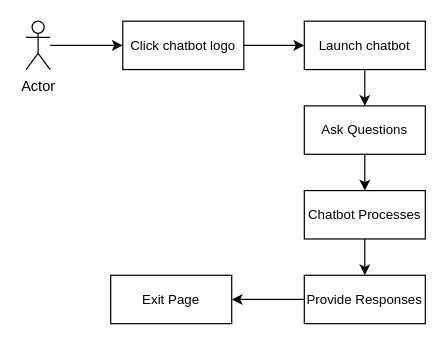
This is mainflow.drawio from Thukten-Dema/Taxi-Booking-System, a draw.io file, before an edit. Source tidied: cells renumbered, new cells numbered last; positions are measured from the earlier drawing's top-left corner, leaving out a move shared by most shapes. Both pictures are drawn from the tidied source at 121%, with x=0, y=0 at pixel (25, 21).
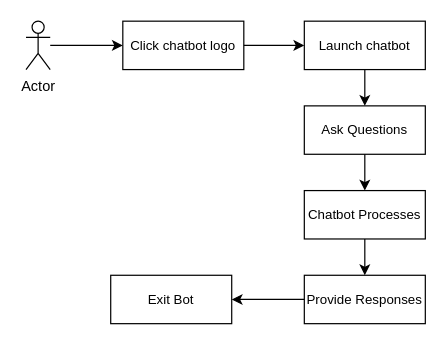
The same diagram, later.

Diff of the diagram source:
```diff
@@
 <mxGraphModel>
   <root>
     <mxCell id="0" />
     <mxCell id="1" parent="0" />
     <mxCell id="2" value="Actor" style="shape=umlActor;verticalLabelPosition=bottom;verticalAlign=top;html=1;outlineConnect=0;" parent="1" vertex="1">
       <mxGeometry width="20" height="40" as="geometry" />
     </mxCell>
     <mxCell id="3" value="&lt;font style=&quot;font-size: 11px;&quot;&gt;Click chatbot logo&lt;/font&gt;" style="rounded=0;whiteSpace=wrap;html=1;" parent="1" vertex="1">
       <mxGeometry x="80" width="100" height="40" as="geometry" />
     </mxCell>
     <mxCell id="4" value="&lt;font style=&quot;font-size: 11px;&quot;&gt;Launch chatbot&lt;/font&gt;" style="rounded=0;whiteSpace=wrap;html=1;" parent="1" vertex="1">
       <mxGeometry x="230" width="100" height="40" as="geometry" />
     </mxCell>
     <mxCell id="5" value="&lt;font style=&quot;font-size: 11px;&quot;&gt;Ask Questions&lt;/font&gt;" style="rounded=0;whiteSpace=wrap;html=1;" parent="1" vertex="1">
       <mxGeometry x="230" y="70" width="100" height="40" as="geometry" />
     </mxCell>
     <mxCell id="6" value="&lt;font style=&quot;font-size: 11px;&quot;&gt;Chatbot Processes&lt;/font&gt;" style="rounded=0;whiteSpace=wrap;html=1;" parent="1" vertex="1">
       <mxGeometry x="230" y="140" width="100" height="40" as="geometry" />
     </mxCell>
     <mxCell id="7" value="&lt;font style=&quot;font-size: 11px;&quot;&gt;Provide Responses&lt;/font&gt;" style="rounded=0;whiteSpace=wrap;html=1;" parent="1" vertex="1">
       <mxGeometry x="230" y="210" width="100" height="40" as="geometry" />
     </mxCell>
-    <mxCell id="8" value="&lt;font style=&quot;font-size: 11px;&quot;&gt;Exit Page&lt;/font&gt;" style="rounded=0;whiteSpace=wrap;html=1;" parent="1" vertex="1">
+    <mxCell id="8" value="&lt;font style=&quot;font-size: 11px;&quot;&gt;Exit Bot&lt;/font&gt;" style="rounded=0;whiteSpace=wrap;html=1;" parent="1" vertex="1">
       <mxGeometry x="70" y="210" width="100" height="40" as="geometry" />
     </mxCell>
     <mxCell id="9" style="endArrow=classic;html=1;rounded=0;" parent="1" edge="1" source="2" target="3">
       <mxGeometry relative="1" as="geometry" />
     </mxCell>
     <mxCell id="10" style="endArrow=classic;html=1;rounded=0;exitX=1;exitY=0.5;exitDx=0;exitDy=0;entryX=0;entryY=0.5;entryDx=0;entryDy=0;" parent="1" edge="1" source="3" target="4">
       <mxGeometry relative="1" as="geometry" />
     </mxCell>
     <mxCell id="11" style="endArrow=classic;html=1;rounded=0;exitX=0.5;exitY=1;exitDx=0;exitDy=0;entryX=0.5;entryY=0;entryDx=0;entryDy=0;" parent="1" edge="1" source="4" target="5">
       <mxGeometry relative="1" as="geometry" />
     </mxCell>
     <mxCell id="12" style="endArrow=classic;html=1;rounded=0;exitX=0.5;exitY=1;exitDx=0;exitDy=0;entryX=0.5;entryY=0;entryDx=0;entryDy=0;" parent="1" edge="1" source="5" target="6">
       <mxGeometry relative="1" as="geometry" />
     </mxCell>
     <mxCell id="13" style="endArrow=classic;html=1;rounded=0;exitX=0.5;exitY=1;exitDx=0;exitDy=0;entryX=0.5;entryY=0;entryDx=0;entryDy=0;" parent="1" edge="1" source="6" target="7">
       <mxGeometry relative="1" as="geometry" />
     </mxCell>
     <mxCell id="14" style="endArrow=classic;html=1;rounded=0;exitX=0;exitY=0.5;exitDx=0;exitDy=0;entryX=1;entryY=0.5;entryDx=0;entryDy=0;" parent="1" edge="1" source="7" target="8">
       <mxGeometry relative="1" as="geometry" />
     </mxCell>
   </root>
 </mxGraphModel>
```
